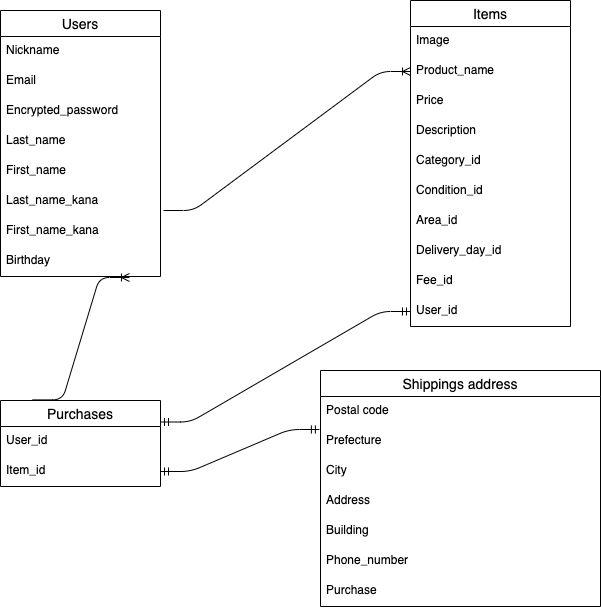
The draw.io diagram .drawio.png in Tomoki06arkw/furima-35818, before a commit. Source tidied: cells renumbered, new cells last; positions are measured from the earlier drawing's top-left corner, leaving out a move shared by most shapes.
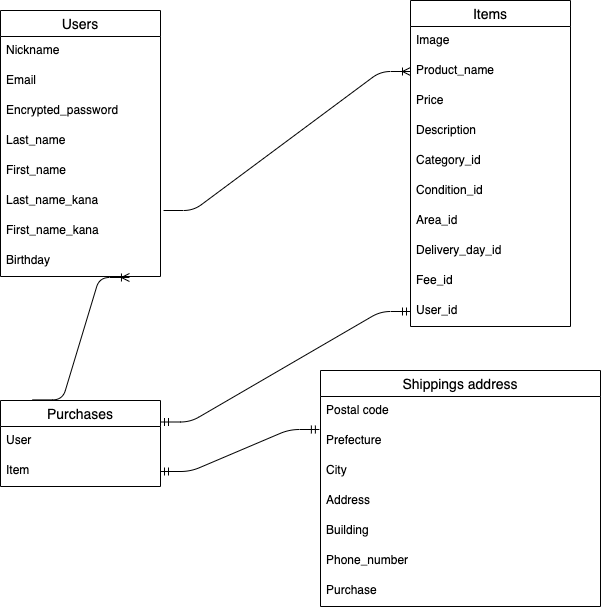
After the commit.

What changed in the source:
```diff
@@ -65,10 +65,10 @@
     <mxCell id="22" value="Purchases" style="swimlane;fontStyle=0;horizontal=1;startSize=26;align=center;fontSize=14;" parent="1" vertex="1">
       <mxGeometry y="400" width="160" height="86" as="geometry" />
     </mxCell>
-    <mxCell id="23" value="User_id" style="text;strokeColor=none;fillColor=none;spacingLeft=4;spacingRight=4;overflow=hidden;fontSize=12;" parent="22" vertex="1">
+    <mxCell id="23" value="User" style="text;strokeColor=none;fillColor=none;spacingLeft=4;spacingRight=4;overflow=hidden;fontSize=12;" parent="22" vertex="1">
       <mxGeometry y="26" width="160" height="30" as="geometry" />
     </mxCell>
-    <mxCell id="24" value="Item_id" style="text;strokeColor=none;fillColor=none;spacingLeft=4;spacingRight=4;overflow=hidden;points=[[0,0.5],[1,0.5]];portConstraint=eastwest;fontSize=12;" parent="22" vertex="1">
+    <mxCell id="24" value="Item" style="text;strokeColor=none;fillColor=none;spacingLeft=4;spacingRight=4;overflow=hidden;points=[[0,0.5],[1,0.5]];portConstraint=eastwest;fontSize=12;" parent="22" vertex="1">
       <mxGeometry y="56" width="160" height="30" as="geometry" />
     </mxCell>
     <mxCell id="25" value="Shippings address" style="swimlane;fontStyle=0;horizontal=1;startSize=26;align=center;fontSize=14;" parent="1" vertex="1">
```
